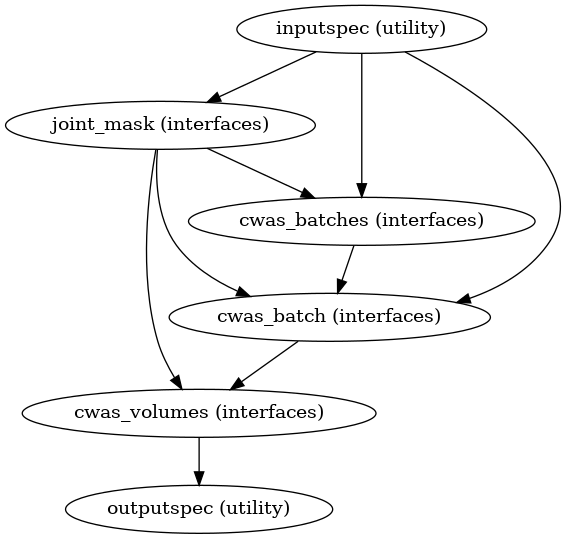
The Graphviz diagram docs/nightly/developer/workflows/images/generated/create_cwas.png in FCP-INDI/fcp-indi.github.io, before a commit. Its source is kept beside it as docs/nightly/developer/workflows/images/generated/create_cwas.dot.
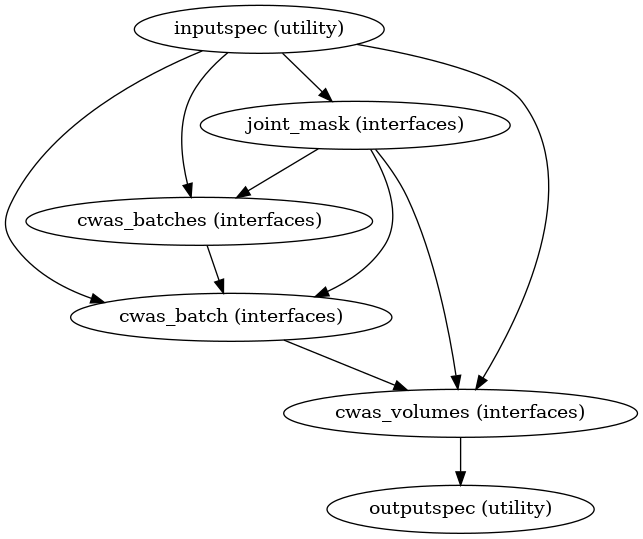
The same diagram one commit later.

The edit, as a diff of the source:
```diff
@@ -8,6 +8,7 @@
 "inputspec (utility)" -> "joint_mask (interfaces)";
 "inputspec (utility)" -> "cwas_batches (interfaces)";
 "inputspec (utility)" -> "cwas_batch (interfaces)";
+"inputspec (utility)" -> "cwas_volumes (interfaces)";
 "joint_mask (interfaces)" -> "cwas_batches (interfaces)";
 "joint_mask (interfaces)" -> "cwas_batch (interfaces)";
 "joint_mask (interfaces)" -> "cwas_volumes (interfaces)";
```
